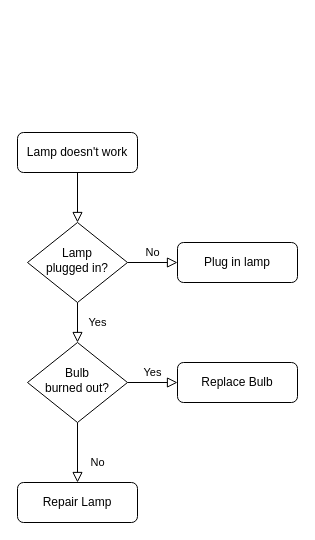
This is 2022.12.11_HW_1-1.drawio from kask1n/Programming_Introguction, a draw.io file, before an edit. Source tidied: cells renumbered, new cells numbered last; positions are measured from the earlier drawing's top-left corner, leaving out a move shared by most shapes. Both pictures are drawn from the tidied source at 100%, with x=0, y=0 at pixel (17, 132).
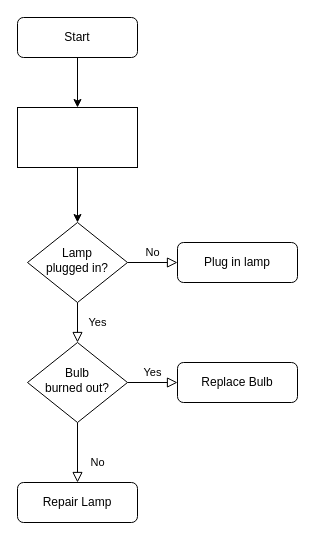
After the change.

The edit, as a diff of the source:
```diff
@@
 <mxGraphModel>
   <root>
     <mxCell id="0" />
     <mxCell id="1" parent="0" />
-    <mxCell id="2" style="rounded=0;html=1;jettySize=auto;fontSize=11;endArrow=block;endFill=0;endSize=8;strokeWidth=1;shadow=0;labelBackgroundColor=none;edgeStyle=orthogonalEdgeStyle;" parent="1" edge="1" source="3" target="6">
-      <mxGeometry relative="1" as="geometry" />
-    </mxCell>
+    <mxCell id="13" style="edgeStyle=orthogonalEdgeStyle;rounded=0;jettySize=auto;html=1;" parent="1" edge="1" source="3" target="15">
+      <mxGeometry relative="1" as="geometry" />
+    </mxCell>
-    <mxCell id="3" value="Lamp doesn't work" style="rounded=1;whiteSpace=wrap;html=1;fontSize=12;glass=0;strokeWidth=1;shadow=0;" parent="1" vertex="1">
-      <mxGeometry width="120" height="40" as="geometry" />
+    <mxCell id="3" value="Start" style="rounded=1;whiteSpace=wrap;html=1;fontSize=12;glass=0;strokeWidth=1;shadow=0;" parent="1" vertex="1">
+      <mxGeometry y="-115" width="120" height="40" as="geometry" />
     </mxCell>
     <mxCell id="4" value="Yes" style="rounded=0;html=1;jettySize=auto;fontSize=11;endArrow=block;endFill=0;endSize=8;strokeWidth=1;shadow=0;labelBackgroundColor=none;edgeStyle=orthogonalEdgeStyle;" parent="1" edge="1" source="6" target="10">
       <mxGeometry y="20" relative="1" as="geometry" />
     </mxCell>
     <mxCell id="5" value="No" style="edgeStyle=orthogonalEdgeStyle;rounded=0;html=1;jettySize=auto;fontSize=11;endArrow=block;endFill=0;endSize=8;strokeWidth=1;shadow=0;labelBackgroundColor=none;" parent="1" edge="1" source="6" target="7">
       <mxGeometry y="10" relative="1" as="geometry" />
     </mxCell>
     <mxCell id="6" value="Lamp&lt;br&gt;plugged in?" style="rhombus;whiteSpace=wrap;html=1;shadow=0;fontFamily=Helvetica;fontSize=12;align=center;strokeWidth=1;spacing=6;spacingTop=-4;" parent="1" vertex="1">
       <mxGeometry x="10" y="90" width="100" height="80" as="geometry" />
     </mxCell>
     <mxCell id="7" value="Plug in lamp" style="rounded=1;whiteSpace=wrap;html=1;fontSize=12;glass=0;strokeWidth=1;shadow=0;" parent="1" vertex="1">
       <mxGeometry x="160" y="110" width="120" height="40" as="geometry" />
     </mxCell>
     <mxCell id="8" value="No" style="rounded=0;html=1;jettySize=auto;fontSize=11;endArrow=block;endFill=0;endSize=8;strokeWidth=1;shadow=0;labelBackgroundColor=none;edgeStyle=orthogonalEdgeStyle;" parent="1" edge="1" source="10" target="11">
       <mxGeometry x="0.33" y="20" relative="1" as="geometry" />
     </mxCell>
     <mxCell id="9" value="Yes" style="edgeStyle=orthogonalEdgeStyle;rounded=0;html=1;jettySize=auto;fontSize=11;endArrow=block;endFill=0;endSize=8;strokeWidth=1;shadow=0;labelBackgroundColor=none;" parent="1" edge="1" source="10" target="12">
       <mxGeometry y="10" relative="1" as="geometry" />
     </mxCell>
     <mxCell id="10" value="Bulb&lt;br&gt;burned out?" style="rhombus;whiteSpace=wrap;html=1;shadow=0;fontFamily=Helvetica;fontSize=12;align=center;strokeWidth=1;spacing=6;spacingTop=-4;" parent="1" vertex="1">
       <mxGeometry x="10" y="210" width="100" height="80" as="geometry" />
     </mxCell>
     <mxCell id="11" value="Repair Lamp" style="rounded=1;whiteSpace=wrap;html=1;fontSize=12;glass=0;strokeWidth=1;shadow=0;" parent="1" vertex="1">
       <mxGeometry y="350" width="120" height="40" as="geometry" />
     </mxCell>
     <mxCell id="12" value="Replace Bulb" style="rounded=1;whiteSpace=wrap;html=1;fontSize=12;glass=0;strokeWidth=1;shadow=0;" parent="1" vertex="1">
       <mxGeometry x="160" y="230" width="120" height="40" as="geometry" />
     </mxCell>
+    <mxCell id="14" style="edgeStyle=orthogonalEdgeStyle;rounded=0;jettySize=auto;html=1;" parent="1" edge="1" source="15" target="6">
+      <mxGeometry relative="1" as="geometry" />
+    </mxCell>
+    <mxCell id="15" style="rounded=0;whiteSpace=wrap;html=1;" parent="1" vertex="1">
+      <mxGeometry y="-25" width="120" height="60" as="geometry" />
+    </mxCell>
   </root>
 </mxGraphModel>
```
